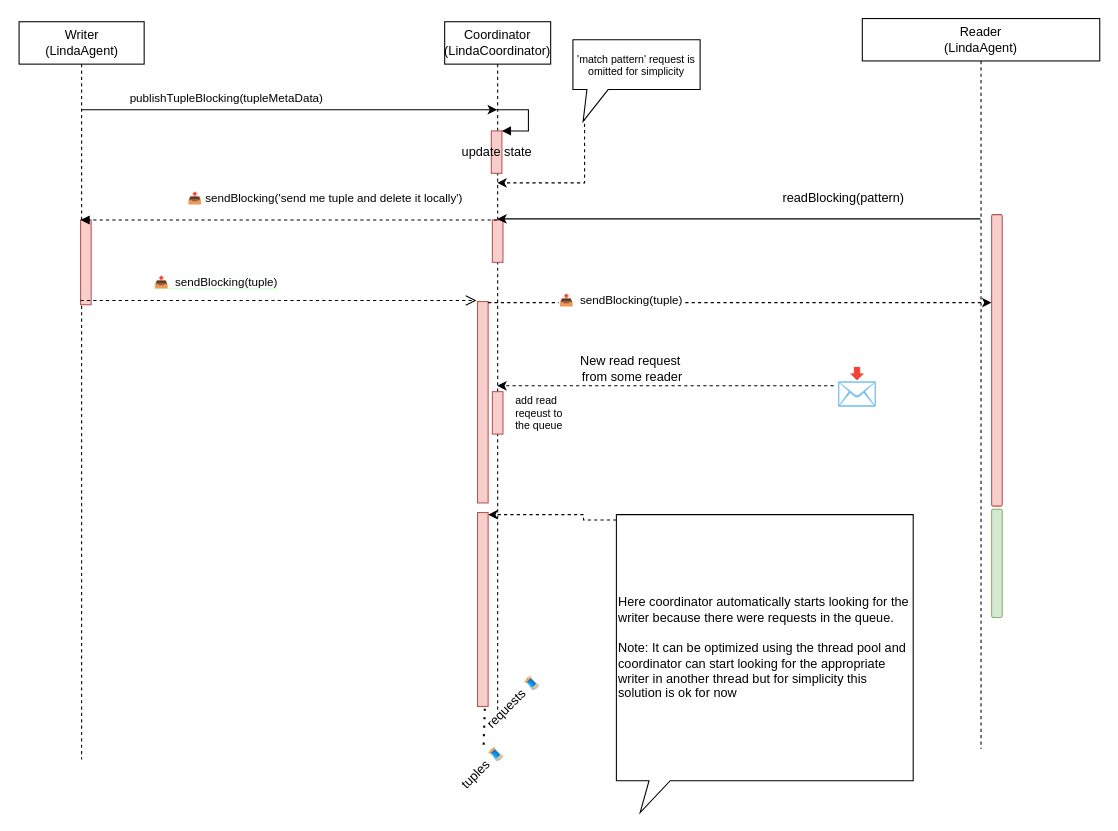
Above: page "1 W - 2 R" (5 of 7) of images/diagram.drawio in pochka15/linda (draw.io), before the change. Source tidied: cells renumbered, new cells numbered last; positions are measured from the earlier drawing's top-left corner, leaving out a move shared by most shapes. Both pictures are drawn from the tidied source at 106%, with x=0, y=0 at pixel (18, 18).
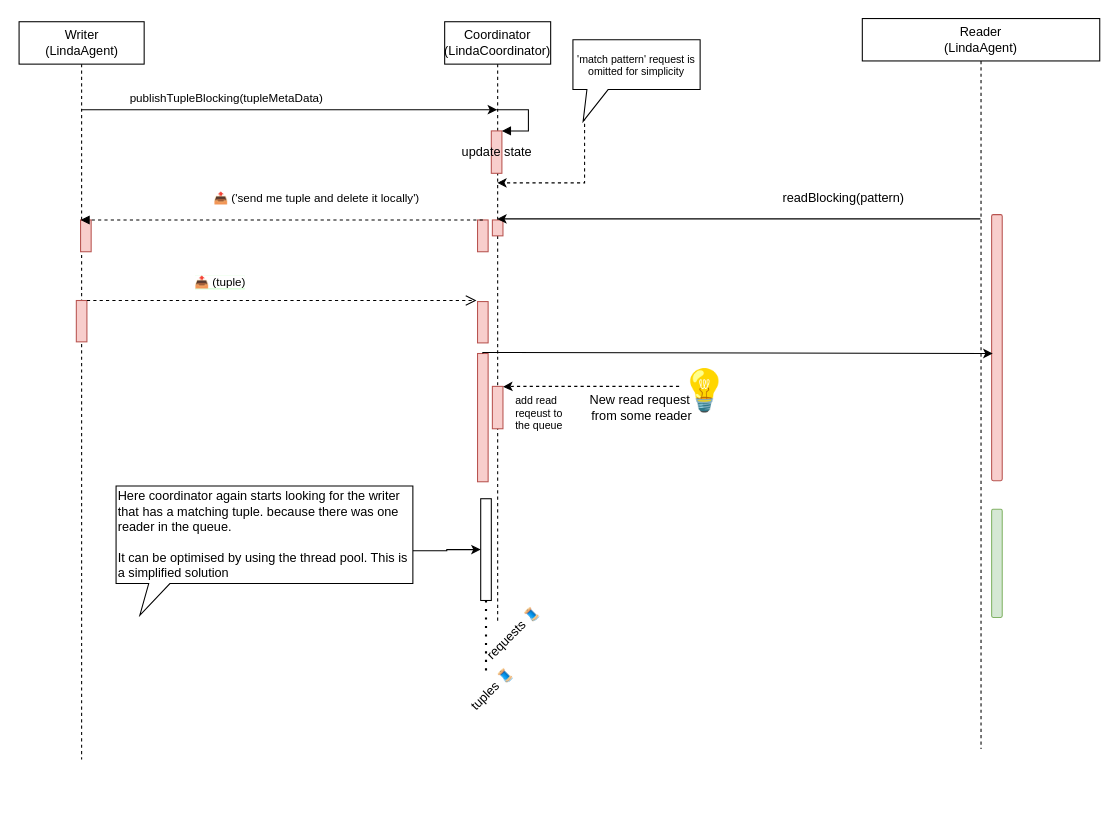
After the change.

Unchanged cells that the change refers to:
```xml
<mxCell id="10" value="Writer&lt;br&gt;(LindaAgent)" style="shape=umlLifeline;perimeter=lifelinePerimeter;whiteSpace=wrap;html=1;outlineConnect=0;" parent="1" vertex="1">
  <mxGeometry x="0.5" y="3" width="118" height="696" as="geometry" />
</mxCell>
<mxCell id="13" value="Reader&lt;br&gt;(LindaAgent)" style="shape=umlLifeline;perimeter=lifelinePerimeter;whiteSpace=wrap;html=1;outlineConnect=0;" parent="1" vertex="1">
  <mxGeometry x="796" width="224" height="689" as="geometry" />
</mxCell>
```

What changed in the source:
```diff
@@
     <mxCell id="2" value="Coordinator (LindaCoordinator)" style="shape=umlLifeline;perimeter=lifelinePerimeter;whiteSpace=wrap;html=1;outlineConnect=0;" parent="1" vertex="1">
-      <mxGeometry x="402" y="3" width="100" height="649" as="geometry" />
+      <mxGeometry x="402" y="3" width="100" height="566" as="geometry" />
     </mxCell>
@@
     <mxCell id="5" style="html=1;perimeter=orthogonalPerimeter;fillColor=#f8cecc;strokeColor=#b85450;" parent="2" vertex="1">
-      <mxGeometry x="45" y="187" width="10" height="40" as="geometry" />
+      <mxGeometry x="45" y="187" width="10" height="15" as="geometry" />
     </mxCell>
     <mxCell id="6" style="html=1;points=[];perimeter=orthogonalPerimeter;fillColor=#f8cecc;strokeColor=#b85450;" parent="2" vertex="1">
-      <mxGeometry x="45" y="349" width="10" height="40" as="geometry" />
+      <mxGeometry x="45" y="344" width="10" height="40" as="geometry" />
     </mxCell>
     <mxCell id="7" style="html=1;points=[];perimeter=orthogonalPerimeter;fillColor=#f8cecc;strokeColor=#b85450;" parent="2" vertex="1">
-      <mxGeometry x="31" y="264" width="10" height="190" as="geometry" />
+      <mxGeometry x="31" y="264" width="10" height="39" as="geometry" />
     </mxCell>
-    <mxCell id="8" style="html=1;points=[];perimeter=orthogonalPerimeter;fillColor=#f8cecc;strokeColor=#b85450;" parent="2" vertex="1">
-      <mxGeometry x="31" y="463" width="10" height="183" as="geometry" />
+    <mxCell id="8" style="html=1;points=[];perimeter=orthogonalPerimeter;" parent="2" vertex="1">
+      <mxGeometry x="34" y="450" width="10" height="96" as="geometry" />
     </mxCell>
+    <mxCell id="31" style="html=1;perimeter=orthogonalPerimeter;fillColor=#f8cecc;strokeColor=#b85450;" parent="2" vertex="1">
+      <mxGeometry x="31" y="187" width="10" height="30" as="geometry" />
+    </mxCell>
+    <mxCell id="32" style="html=1;points=[];perimeter=orthogonalPerimeter;fillColor=#f8cecc;strokeColor=#b85450;" parent="2" vertex="1">
+      <mxGeometry x="31" y="313" width="10" height="121" as="geometry" />
+    </mxCell>
@@
     <mxCell id="11" style="html=1;points=[];perimeter=orthogonalPerimeter;fillColor=#f8cecc;strokeColor=#b85450;" parent="10" vertex="1">
-      <mxGeometry x="58" y="187" width="10" height="80" as="geometry" />
+      <mxGeometry x="58" y="187" width="10" height="30" as="geometry" />
     </mxCell>
+    <mxCell id="33" style="html=1;points=[];perimeter=orthogonalPerimeter;fillColor=#f8cecc;strokeColor=#b85450;" parent="10" vertex="1">
+      <mxGeometry x="54" y="263" width="10" height="39" as="geometry" />
+    </mxCell>
@@
     <mxCell id="14" style="rounded=1;whiteSpace=wrap;html=1;fillColor=#f8cecc;strokeColor=#b85450;" parent="13" vertex="1">
-      <mxGeometry x="122" y="185" width="10" height="275" as="geometry" />
+      <mxGeometry x="122" y="185" width="10" height="251" as="geometry" />
     </mxCell>
@@
-    <mxCell id="16" value="📤 sendBlocking('send me tuple and delete it locally')" style="html=1;verticalAlign=bottom;endArrow=block;entryX=0;entryY=0;rounded=0;dashed=1;" parent="1" edge="1" source="2" target="11">
-      <mxGeometry x="-0.17" y="-11" relative="1" as="geometry" />
+    <mxCell id="16" value="📤 ('send me tuple and delete it locally')" style="html=1;verticalAlign=bottom;endArrow=block;entryX=0;entryY=0;rounded=0;dashed=1;" parent="1" edge="1" target="11">
+      <mxGeometry x="-0.17" y="-11" relative="1" as="geometry">
+        <mxPoint x="438" y="190" as="sourcePoint" />
+      </mxGeometry>
     </mxCell>
-    <mxCell id="17" value="&lt;span style=&quot;background-color: rgb(255 , 255 , 255)&quot;&gt;📤&amp;nbsp;&lt;span style=&quot;text-align: left ; font-family: &amp;#34;helvetica&amp;#34;&quot;&gt;&amp;nbsp;sendBlocking(tuple)&lt;/span&gt;&lt;/span&gt;" style="html=1;verticalAlign=bottom;endArrow=open;dashed=1;endSize=8;exitX=0;exitY=0.95;rounded=0;labelBackgroundColor=#CCFFCC;" parent="1" edge="1" source="11">
+    <mxCell id="17" value="&lt;span style=&quot;background-color: rgb(255 , 255 , 255)&quot;&gt;📤&amp;nbsp;&lt;span style=&quot;text-align: left ; font-family: &amp;#34;helvetica&amp;#34;&quot;&gt;(tuple)&lt;/span&gt;&lt;/span&gt;" style="html=1;verticalAlign=bottom;endArrow=open;dashed=1;endSize=8;rounded=0;labelBackgroundColor=#CCFFCC;" parent="1" edge="1" source="33">
       <mxGeometry x="-0.32" y="8" relative="1" as="geometry">
         <mxPoint x="432" y="266" as="targetPoint" />
         <Array as="points">
           <mxPoint x="352" y="266" />
         </Array>
       </mxGeometry>
     </mxCell>
-    <mxCell id="18" style="edgeStyle=orthogonalEdgeStyle;rounded=0;jettySize=auto;html=1;dashed=1;labelBackgroundColor=#FFFFFF;fontSize=34;" parent="1" edge="1" source="20" target="2">
+    <mxCell id="18" style="edgeStyle=orthogonalEdgeStyle;rounded=0;jettySize=auto;html=1;dashed=1;labelBackgroundColor=#FFFFFF;fontSize=34;entryX=1.01;entryY=0.01;entryDx=0;entryDy=0;entryPerimeter=0;" parent="1" edge="1" source="20" target="6">
       <mxGeometry relative="1" as="geometry">
         <Array as="points">
-          <mxPoint x="490" y="356" />
-          <mxPoint x="490" y="356" />
+          <mxPoint x="468" y="347" />
+          <mxPoint x="468" y="347" />
         </Array>
       </mxGeometry>
     </mxCell>
     <mxCell id="19" value="New read request&lt;br&gt;&amp;nbsp;from some reader" style="edgeLabel;html=1;align=center;verticalAlign=middle;fontSize=12;" parent="18" vertex="1">
       <mxGeometry x="0.41" y="-3" relative="1" as="geometry">
-        <mxPoint x="31" y="-14" as="offset" />
+        <mxPoint x="79" y="22" as="offset" />
       </mxGeometry>
     </mxCell>
-    <mxCell id="20" value="📩" style="text;html=1;align=center;verticalAlign=middle;points=[];strokeColor=none;fillColor=none;fontSize=34;" parent="1" vertex="1">
-      <mxGeometry x="769" y="324" width="44" height="45" as="geometry" />
+    <mxCell id="20" value="&lt;span style=&quot;font-size: 38px; text-align: left;&quot;&gt;💡&lt;/span&gt;" style="text;html=1;align=center;verticalAlign=middle;points=[];strokeColor=none;fillColor=none;fontSize=38;" parent="1" vertex="1">
+      <mxGeometry x="623.2" y="326" width="48" height="50" as="geometry" />
     </mxCell>
-    <mxCell id="21" style="edgeStyle=orthogonalEdgeStyle;rounded=0;jettySize=auto;html=1;dashed=1;labelBackgroundColor=#FFFFFF;" parent="1" edge="1" source="7" target="14">
-      <mxGeometry relative="1" as="geometry">
-        <Array as="points">
-          <mxPoint x="701" y="268" />
-          <mxPoint x="701" y="268" />
-        </Array>
-      </mxGeometry>
-    </mxCell>
-    <mxCell id="22" value="&lt;span style=&quot;font-size: 11px&quot;&gt;📤&amp;nbsp;&lt;/span&gt;&lt;span style=&quot;font-size: 11px ; text-align: left ; font-family: &amp;#34;helvetica&amp;#34;&quot;&gt;&amp;nbsp;sendBlocking(tuple)&lt;/span&gt;" style="edgeLabel;html=1;align=center;verticalAlign=middle;fontSize=10;fontColor=#000000;" parent="21" vertex="1">
-      <mxGeometry x="-0.48" y="3" relative="1" as="geometry" />
-    </mxCell>
@@
     <mxCell id="25" value="tuples 🧵" style="text;html=1;strokeColor=none;fillColor=none;align=center;verticalAlign=middle;whiteSpace=wrap;rounded=0;direction=west;rotation=-45;" parent="1" vertex="1">
-      <mxGeometry x="403" y="692" width="70" height="30" as="geometry" />
+      <mxGeometry x="412" y="618" width="70" height="30" as="geometry" />
     </mxCell>
     <mxCell id="26" value="requests 🧵" style="text;html=1;strokeColor=none;fillColor=none;align=center;verticalAlign=middle;whiteSpace=wrap;rounded=0;direction=west;rotation=-45;" parent="1" vertex="1">
-      <mxGeometry x="432" y="630" width="70" height="30" as="geometry" />
+      <mxGeometry x="432" y="565" width="70" height="30" as="geometry" />
     </mxCell>
@@
-    <mxCell id="28" style="endArrow=none;dashed=1;html=1;dashPattern=1 3;strokeWidth=2;rounded=0;labelBackgroundColor=#FFFFFF;fontSize=10;fontColor=#000000;" parent="1" edge="1" source="25">
+    <mxCell id="28" style="endArrow=none;dashed=1;html=1;dashPattern=1 3;strokeWidth=2;rounded=0;labelBackgroundColor=#FFFFFF;fontSize=10;fontColor=#000000;" parent="1" edge="1" target="8">
       <mxGeometry relative="1" as="geometry">
-        <mxPoint x="440" y="648" as="targetPoint" />
+        <mxPoint x="441" y="615" as="sourcePoint" />
       </mxGeometry>
     </mxCell>
-    <mxCell id="29" style="edgeStyle=orthogonalEdgeStyle;rounded=0;jettySize=auto;html=1;dashed=1;labelBackgroundColor=#FFFFFF;fontSize=10;fontColor=#000000;" parent="1" edge="1" source="30" target="8">
-      <mxGeometry relative="1" as="geometry">
-        <Array as="points">
-          <mxPoint x="533" y="473" />
-          <mxPoint x="533" y="468" />
-        </Array>
-      </mxGeometry>
+    <mxCell id="29" style="edgeStyle=orthogonalEdgeStyle;rounded=0;jettySize=auto;html=1;fontSize=38;startArrow=none;startFill=0;" parent="1" edge="1" source="30" target="8">
+      <mxGeometry relative="1" as="geometry" />
     </mxCell>
-    <mxCell id="30" value="Here coordinator automatically starts looking for the writer because there were requests in the queue.&lt;br style=&quot;font-size: 12px;&quot;&gt;&lt;br style=&quot;font-size: 12px;&quot;&gt;Note: It can be optimized using the thread pool and coordinator can start looking for the appropriate writer in another thread but for simplicity this solution is ok for now" style="shape=callout;whiteSpace=wrap;html=1;perimeter=calloutPerimeter;fontSize=12;fontColor=#000000;size=30;position=0.11;position2=0.08;align=left;" parent="1" vertex="1">
-      <mxGeometry x="564" y="468" width="280" height="281" as="geometry" />
+    <mxCell id="30" value="Here coordinator again starts looking for the writer that has a matching tuple. because there was one reader in the queue.&lt;br&gt;&lt;br&gt;It can be optimised by using the thread pool. This is a simplified solution" style="shape=callout;whiteSpace=wrap;html=1;perimeter=calloutPerimeter;fontSize=12;fontColor=#000000;size=30;position=0.11;position2=0.08;align=left;" parent="1" vertex="1">
+      <mxGeometry x="92" y="441" width="280" height="122" as="geometry" />
     </mxCell>
+    <mxCell id="34" style="edgeStyle=orthogonalEdgeStyle;rounded=0;jettySize=auto;html=1;fontSize=12;startArrow=none;startFill=0;" parent="1" edge="1" source="32">
+      <mxGeometry relative="1" as="geometry">
+        <mxPoint x="919" y="316" as="targetPoint" />
+        <Array as="points">
+          <mxPoint x="438" y="315" />
+        </Array>
+      </mxGeometry>
+    </mxCell>
```
